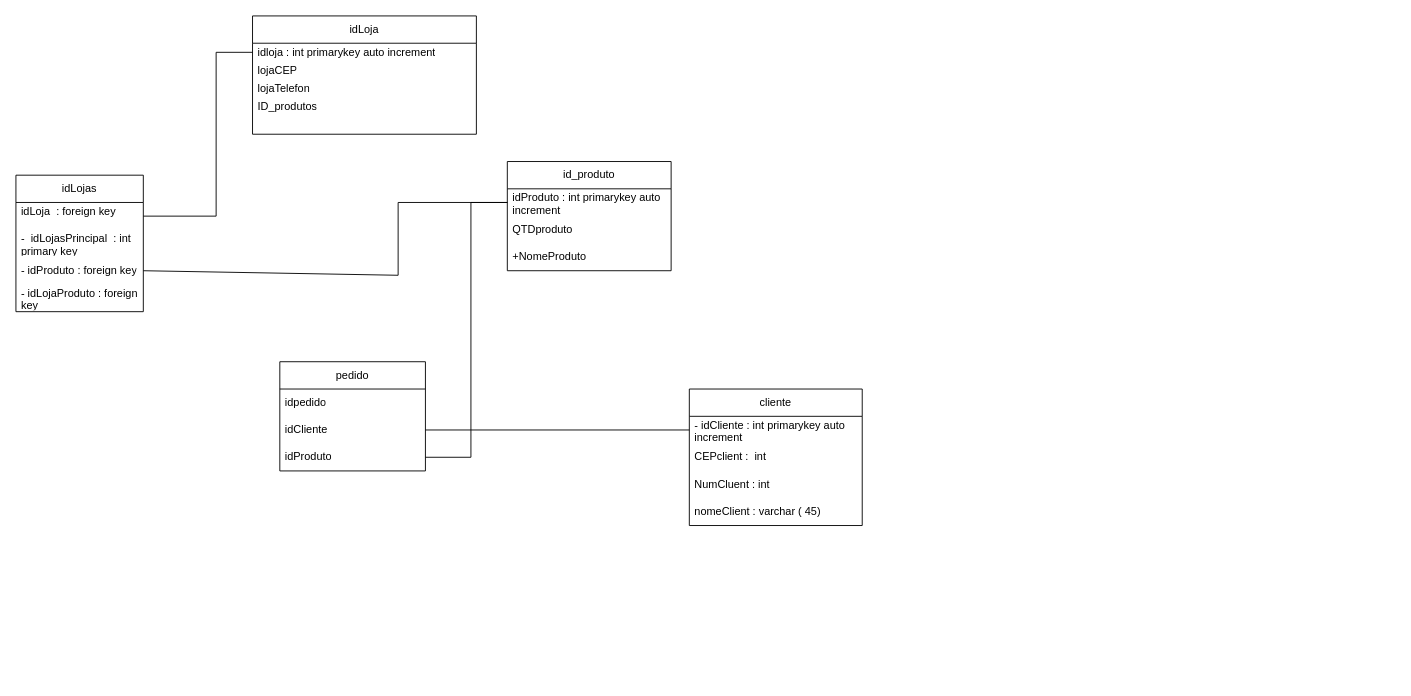
This is Diagrama sem nome.drawio from yNume/Draw.io2, a draw.io file, before an edit. Source tidied: cells renumbered, new cells numbered last; positions are measured from the earlier drawing's top-left corner, leaving out a move shared by most shapes. Both pictures are drawn from the tidied source at 91%, with x=0, y=0 at pixel (15, 15).
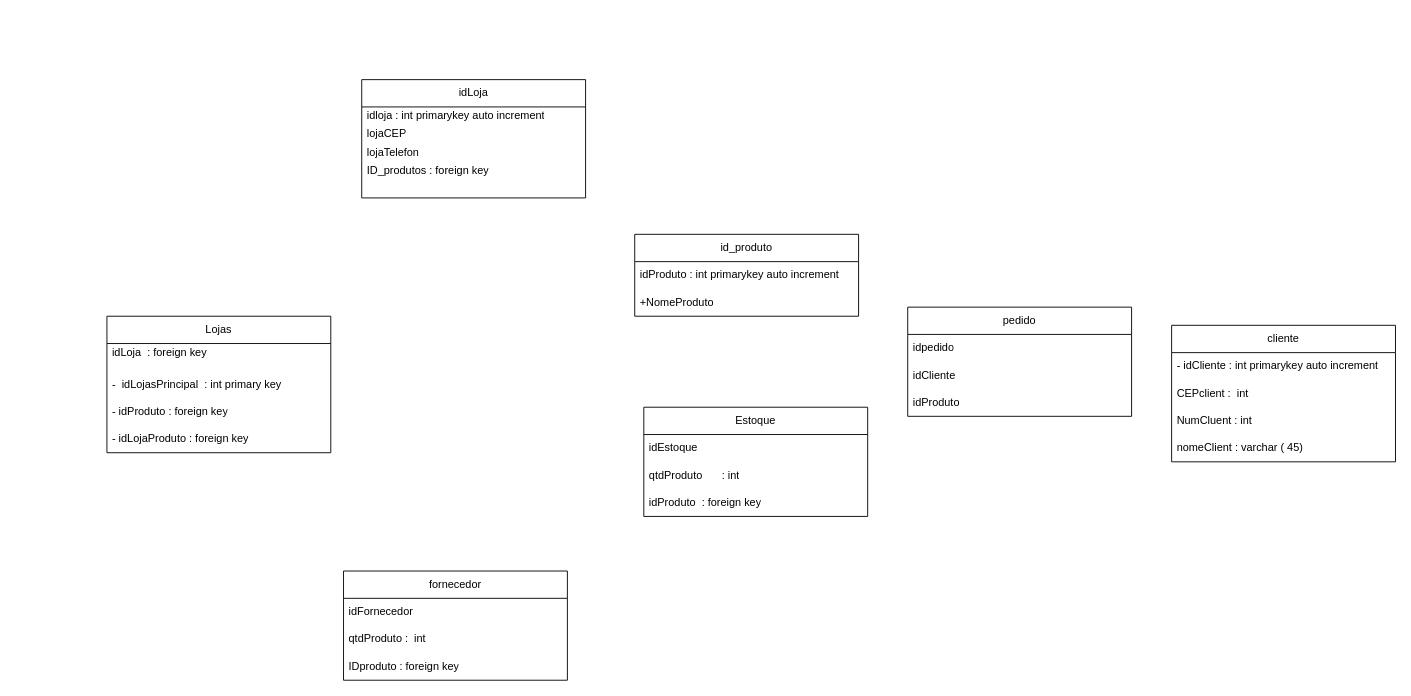
The same diagram, later.

The change refers to these unchanged cells:
```xml
<mxCell id="9" value="idloja : int primarykey auto increment" style="text;strokeColor=none;fillColor=none;align=left;verticalAlign=middle;spacingLeft=4;spacingRight=4;overflow=hidden;points=[[0,0.5],[1,0.5]];portConstraint=eastwest;whiteSpace=wrap;html=1;" parent="8" vertex="1">
  <mxGeometry y="30" width="246" height="20" as="geometry" />
</mxCell>
```

Diff of the diagram source:
```diff
@@
-    <mxCell id="2" value="idLojas" style="swimlane;fontStyle=0;horizontal=1;startSize=30;whiteSpace=wrap;html=1;" parent="1" vertex="1">
-      <mxGeometry y="175" width="140" height="150" as="geometry" />
+    <mxCell id="2" value="Lojas" style="swimlane;fontStyle=0;horizontal=1;startSize=30;whiteSpace=wrap;html=1;" parent="1" vertex="1">
+      <mxGeometry x="100" y="330" width="246" height="150" as="geometry" />
     </mxCell>
     <mxCell id="3" value="idLoja&amp;nbsp; : foreign key&amp;nbsp;&lt;div&gt;&amp;nbsp;&lt;/div&gt;" style="text;strokeColor=none;fillColor=none;align=left;verticalAlign=middle;spacingLeft=4;spacingRight=4;overflow=hidden;points=[[0,0.5],[1,0.5]];portConstraint=eastwest;whiteSpace=wrap;html=1;" parent="2" vertex="1">
-      <mxGeometry y="30" width="140" height="30" as="geometry" />
+      <mxGeometry y="30" width="246" height="30" as="geometry" />
     </mxCell>
     <mxCell id="4" value="-&amp;nbsp; idLojasPrincipal&amp;nbsp; : int primary key" style="text;strokeColor=none;fillColor=none;align=left;verticalAlign=middle;spacingLeft=4;spacingRight=4;overflow=hidden;whiteSpace=wrap;html=1;" parent="2" vertex="1">
-      <mxGeometry y="60" width="140" height="30" as="geometry" />
+      <mxGeometry y="60" width="246" height="30" as="geometry" />
     </mxCell>
     <mxCell id="5" value="&lt;div&gt;&lt;span style=&quot;background-color: initial;&quot;&gt;- idProduto :&amp;nbsp;&lt;/span&gt;&lt;span style=&quot;background-color: initial;&quot;&gt;foreign key&lt;/span&gt;&lt;br&gt;&lt;/div&gt;" style="text;strokeColor=none;fillColor=none;align=left;verticalAlign=middle;spacingLeft=4;spacingRight=4;overflow=hidden;points=[[0,0.5],[1,0.5]];portConstraint=eastwest;whiteSpace=wrap;html=1;" parent="2" vertex="1">
-      <mxGeometry y="90" width="140" height="30" as="geometry" />
+      <mxGeometry y="90" width="246" height="30" as="geometry" />
     </mxCell>
     <mxCell id="6" value="- idLojaProduto : foreign key" style="text;strokeColor=none;fillColor=none;align=left;verticalAlign=middle;spacingLeft=4;spacingRight=4;overflow=hidden;whiteSpace=wrap;html=1;" parent="2" vertex="1">
-      <mxGeometry y="120" width="140" height="30" as="geometry" />
+      <mxGeometry y="120" width="246" height="30" as="geometry" />
     </mxCell>
-    <mxCell id="7" style="endArrow=none;html=1;rounded=0;entryX=0;entryY=0.5;entryDx=0;entryDy=0;exitX=1;exitY=0.5;exitDx=0;exitDy=0;" parent="1" edge="1" source="3" target="9">
-      <mxGeometry relative="1" as="geometry">
-        <Array as="points">
-          <mxPoint x="220" y="220" />
-          <mxPoint x="220" y="40" />
-        </Array>
-      </mxGeometry>
-    </mxCell>
     <mxCell id="8" value="idLoja" style="swimlane;fontStyle=0;horizontal=1;startSize=30;whiteSpace=wrap;html=1;" parent="1" vertex="1">
-      <mxGeometry x="260" width="246" height="130" as="geometry" />
+      <mxGeometry x="380" y="70" width="246" height="130" as="geometry" />
     </mxCell>
@@
-    <mxCell id="12" value="ID_produtos" style="text;strokeColor=none;fillColor=none;align=left;verticalAlign=middle;spacingLeft=4;spacingRight=4;overflow=hidden;whiteSpace=wrap;html=1;" parent="8" vertex="1">
+    <mxCell id="12" value="ID_produtos : foreign key" style="text;strokeColor=none;fillColor=none;align=left;verticalAlign=middle;spacingLeft=4;spacingRight=4;overflow=hidden;whiteSpace=wrap;html=1;" parent="8" vertex="1">
       <mxGeometry y="90" width="246" height="20" as="geometry" />
     </mxCell>
@@
-    <mxCell id="14" style="endArrow=none;html=1;rounded=0;exitX=1;exitY=0.5;exitDx=0;exitDy=0;entryX=0;entryY=0.5;entryDx=0;entryDy=0;" parent="1" edge="1" source="5" target="16">
-      <mxGeometry relative="1" as="geometry">
-        <Array as="points">
-          <mxPoint x="420" y="285" />
-          <mxPoint x="420" y="205" />
-        </Array>
-      </mxGeometry>
-    </mxCell>
     <mxCell id="15" value="id_produto" style="swimlane;fontStyle=0;horizontal=1;startSize=30;whiteSpace=wrap;html=1;" parent="1" vertex="1">
-      <mxGeometry x="540" y="160" width="180" height="120" as="geometry" />
+      <mxGeometry x="680" y="240" width="246" height="90" as="geometry" />
     </mxCell>
     <mxCell id="16" value="idProduto : int primarykey auto increment" style="text;strokeColor=none;fillColor=none;align=left;verticalAlign=middle;spacingLeft=4;spacingRight=4;overflow=hidden;points=[[0,0.5],[1,0.5]];portConstraint=eastwest;whiteSpace=wrap;html=1;" parent="15" vertex="1">
-      <mxGeometry y="30" width="180" height="30" as="geometry" />
+      <mxGeometry y="30" width="246" height="30" as="geometry" />
     </mxCell>
-    <mxCell id="17" value="QTDproduto" style="text;strokeColor=none;fillColor=none;align=left;verticalAlign=middle;spacingLeft=4;spacingRight=4;overflow=hidden;whiteSpace=wrap;html=1;" parent="15" vertex="1">
-      <mxGeometry y="60" width="180" height="30" as="geometry" />
-    </mxCell>
     <mxCell id="18" value="+NomeProduto" style="text;strokeColor=none;fillColor=none;align=left;verticalAlign=middle;spacingLeft=4;spacingRight=4;overflow=hidden;whiteSpace=wrap;html=1;" parent="15" vertex="1">
-      <mxGeometry y="90" width="180" height="30" as="geometry" />
+      <mxGeometry y="60" width="246" height="30" as="geometry" />
     </mxCell>
     <mxCell id="19" value="pedido" style="swimlane;fontStyle=0;horizontal=1;startSize=30;whiteSpace=wrap;html=1;" parent="1" vertex="1">
-      <mxGeometry x="290" y="380" width="160" height="120" as="geometry" />
+      <mxGeometry x="980" y="320" width="246" height="120" as="geometry" />
     </mxCell>
     <mxCell id="20" value="idpedido" style="text;strokeColor=none;fillColor=none;align=left;verticalAlign=middle;spacingLeft=4;spacingRight=4;overflow=hidden;whiteSpace=wrap;html=1;" parent="19" vertex="1">
-      <mxGeometry y="30" width="160" height="30" as="geometry" />
+      <mxGeometry y="30" width="246" height="30" as="geometry" />
     </mxCell>
     <mxCell id="21" value="idCliente" style="text;strokeColor=none;fillColor=none;align=left;verticalAlign=middle;spacingLeft=4;spacingRight=4;overflow=hidden;points=[[0,0.5],[1,0.5]];portConstraint=eastwest;whiteSpace=wrap;html=1;" parent="19" vertex="1">
-      <mxGeometry y="60" width="160" height="30" as="geometry" />
+      <mxGeometry y="60" width="246" height="30" as="geometry" />
     </mxCell>
     <mxCell id="22" value="idProduto" style="text;strokeColor=none;fillColor=none;align=left;verticalAlign=middle;spacingLeft=4;spacingRight=4;overflow=hidden;points=[[0,0.5],[1,0.5]];portConstraint=eastwest;whiteSpace=wrap;html=1;" parent="19" vertex="1">
-      <mxGeometry y="90" width="160" height="30" as="geometry" />
+      <mxGeometry y="90" width="246" height="30" as="geometry" />
     </mxCell>
-    <mxCell id="23" style="endArrow=none;html=1;rounded=0;exitX=1;exitY=0.5;exitDx=0;exitDy=0;entryX=0;entryY=0.5;entryDx=0;entryDy=0;" parent="1" edge="1" source="22" target="16">
-      <mxGeometry relative="1" as="geometry">
-        <Array as="points">
-          <mxPoint x="500" y="485" />
-          <mxPoint x="500" y="205" />
-        </Array>
-      </mxGeometry>
-    </mxCell>
     <mxCell id="24" value="cliente" style="swimlane;fontStyle=0;horizontal=1;startSize=30;whiteSpace=wrap;html=1;" parent="1" vertex="1">
-      <mxGeometry x="740" y="410" width="190" height="150" as="geometry" />
+      <mxGeometry x="1270" y="340" width="246" height="150" as="geometry" />
     </mxCell>
     <mxCell id="25" value="- idCliente : int primarykey auto increment" style="text;strokeColor=none;fillColor=none;align=left;verticalAlign=middle;spacingLeft=4;spacingRight=4;overflow=hidden;points=[[0,0.5],[1,0.5]];portConstraint=eastwest;whiteSpace=wrap;html=1;" parent="24" vertex="1">
-      <mxGeometry y="30" width="190" height="30" as="geometry" />
+      <mxGeometry y="30" width="246" height="30" as="geometry" />
     </mxCell>
     <mxCell id="26" value="CEPclient :&amp;nbsp; int&amp;nbsp;" style="text;strokeColor=none;fillColor=none;align=left;verticalAlign=middle;spacingLeft=4;spacingRight=4;overflow=hidden;whiteSpace=wrap;html=1;" parent="24" vertex="1">
-      <mxGeometry y="60" width="190" height="30" as="geometry" />
+      <mxGeometry y="60" width="246" height="30" as="geometry" />
     </mxCell>
     <mxCell id="27" value="NumCluent : int" style="text;strokeColor=none;fillColor=none;align=left;verticalAlign=middle;spacingLeft=4;spacingRight=4;overflow=hidden;whiteSpace=wrap;html=1;" parent="24" vertex="1">
-      <mxGeometry y="90" width="190" height="30" as="geometry" />
+      <mxGeometry y="90" width="246" height="30" as="geometry" />
     </mxCell>
     <mxCell id="28" value="nomeClient : varchar ( 45)" style="text;strokeColor=none;fillColor=none;align=left;verticalAlign=middle;spacingLeft=4;spacingRight=4;overflow=hidden;whiteSpace=wrap;html=1;" parent="24" vertex="1">
-      <mxGeometry y="120" width="190" height="30" as="geometry" />
+      <mxGeometry y="120" width="246" height="30" as="geometry" />
     </mxCell>
-    <mxCell id="29" style="endArrow=none;html=1;rounded=0;exitX=1;exitY=0.5;exitDx=0;exitDy=0;entryX=0;entryY=0.5;entryDx=0;entryDy=0;" parent="1" edge="1" source="21" target="25">
-      <mxGeometry relative="1" as="geometry" />
-    </mxCell>
+    <mxCell id="30" value="fornecedor" style="swimlane;fontStyle=0;horizontal=1;startSize=30;whiteSpace=wrap;html=1;" parent="1" vertex="1">
+      <mxGeometry x="360" y="610" width="246" height="120" as="geometry" />
+    </mxCell>
+    <mxCell id="31" value="idFornecedor" style="text;strokeColor=none;fillColor=none;align=left;verticalAlign=middle;spacingLeft=4;spacingRight=4;overflow=hidden;whiteSpace=wrap;html=1;" parent="30" vertex="1">
+      <mxGeometry y="30" width="246" height="30" as="geometry" />
+    </mxCell>
+    <mxCell id="32" value="qtdProduto :&amp;nbsp; int" style="text;strokeColor=none;fillColor=none;align=left;verticalAlign=middle;spacingLeft=4;spacingRight=4;overflow=hidden;whiteSpace=wrap;html=1;" parent="30" vertex="1">
+      <mxGeometry y="60" width="246" height="30" as="geometry" />
+    </mxCell>
+    <mxCell id="33" value="IDproduto : foreign key" style="text;strokeColor=none;fillColor=none;align=left;verticalAlign=middle;spacingLeft=4;spacingRight=4;overflow=hidden;whiteSpace=wrap;html=1;" parent="30" vertex="1">
+      <mxGeometry y="90" width="246" height="30" as="geometry" />
+    </mxCell>
+    <mxCell id="34" value="Estoque" style="swimlane;fontStyle=0;horizontal=1;startSize=30;whiteSpace=wrap;html=1;" parent="1" vertex="1">
+      <mxGeometry x="690" y="430" width="246" height="120" as="geometry" />
+    </mxCell>
+    <mxCell id="35" value="idEstoque" style="text;strokeColor=none;fillColor=none;align=left;verticalAlign=middle;spacingLeft=4;spacingRight=4;overflow=hidden;whiteSpace=wrap;html=1;" parent="34" vertex="1">
+      <mxGeometry y="30" width="246" height="30" as="geometry" />
+    </mxCell>
+    <mxCell id="36" value="qtdProduto&lt;span style=&quot;white-space: pre;&quot;&gt;&#9;&lt;/span&gt;: int" style="text;strokeColor=none;fillColor=none;align=left;verticalAlign=middle;spacingLeft=4;spacingRight=4;overflow=hidden;whiteSpace=wrap;html=1;" parent="34" vertex="1">
+      <mxGeometry y="60" width="246" height="30" as="geometry" />
+    </mxCell>
+    <mxCell id="37" value="idProduto&amp;nbsp; : foreign key" style="text;strokeColor=none;fillColor=none;align=left;verticalAlign=middle;spacingLeft=4;spacingRight=4;overflow=hidden;whiteSpace=wrap;html=1;" parent="34" vertex="1">
+      <mxGeometry y="90" width="246" height="30" as="geometry" />
+    </mxCell>
```
